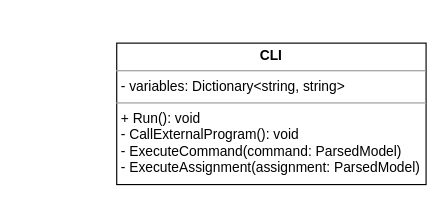
This is page "CLI" (4 of 6) of CLI/CLI_diagrams.drawio from victoriafomina/Software-Design, a draw.io file, before an edit. Source tidied: cells renumbered, new cells numbered last; positions are measured from the earlier drawing's top-left corner, leaving out a move shared by most shapes. Both pictures are drawn from the tidied source at 115%, with x=0, y=0 at pixel (116, 43).
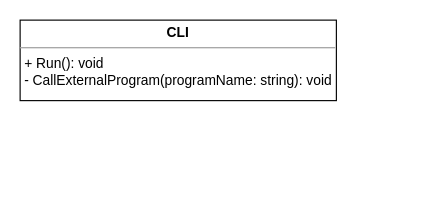
The same diagram, later.

The edit, as a diff of the source:
```diff
@@
 <mxGraphModel>
   <root>
     <mxCell id="0" />
     <mxCell id="1" parent="0" />
-    <mxCell id="2" value="&lt;p style=&quot;margin: 0px ; margin-top: 4px ; text-align: center&quot;&gt;&lt;b&gt;CLI&lt;/b&gt;&lt;/p&gt;&lt;hr size=&quot;1&quot;&gt;&lt;p style=&quot;margin: 0px ; margin-left: 4px&quot;&gt;- variables: Dictionary&amp;lt;string, string&amp;gt;&lt;/p&gt;&lt;hr size=&quot;1&quot;&gt;&lt;p style=&quot;margin: 0px ; margin-left: 4px&quot;&gt;+ Run(): void&lt;/p&gt;&lt;p style=&quot;margin: 0px ; margin-left: 4px&quot;&gt;- CallExternalProgram(): void&lt;/p&gt;&lt;p style=&quot;margin: 0px ; margin-left: 4px&quot;&gt;- ExecuteCommand(command: ParsedModel)&lt;/p&gt;&lt;p style=&quot;margin: 0px ; margin-left: 4px&quot;&gt;- ExecuteAssignment(assignment: ParsedModel)&lt;/p&gt;" style="verticalAlign=top;align=left;overflow=fill;fontSize=12;fontFamily=Helvetica;html=1;" parent="1" vertex="1">
-      <mxGeometry width="269" height="123" as="geometry" />
-    </mxCell>
+    <mxCell id="3" value="&lt;p style=&quot;margin: 0px ; margin-top: 4px ; text-align: center&quot;&gt;&lt;b&gt;CLI&lt;/b&gt;&lt;/p&gt;&lt;hr size=&quot;1&quot;&gt;&lt;div style=&quot;height: 2px&quot;&gt;&lt;p style=&quot;margin: 0px 0px 0px 4px&quot;&gt;+ Run(): void&lt;/p&gt;&lt;p style=&quot;margin: 0px 0px 0px 4px&quot;&gt;- CallExternalProgram(programName: string): void&lt;/p&gt;&lt;/div&gt;" style="verticalAlign=top;align=left;overflow=fill;fontSize=12;fontFamily=Helvetica;html=1;" parent="1" vertex="1">
+      <mxGeometry x="-84" y="-20" width="275" height="70" as="geometry" />
+    </mxCell>
   </root>
 </mxGraphModel>
```
